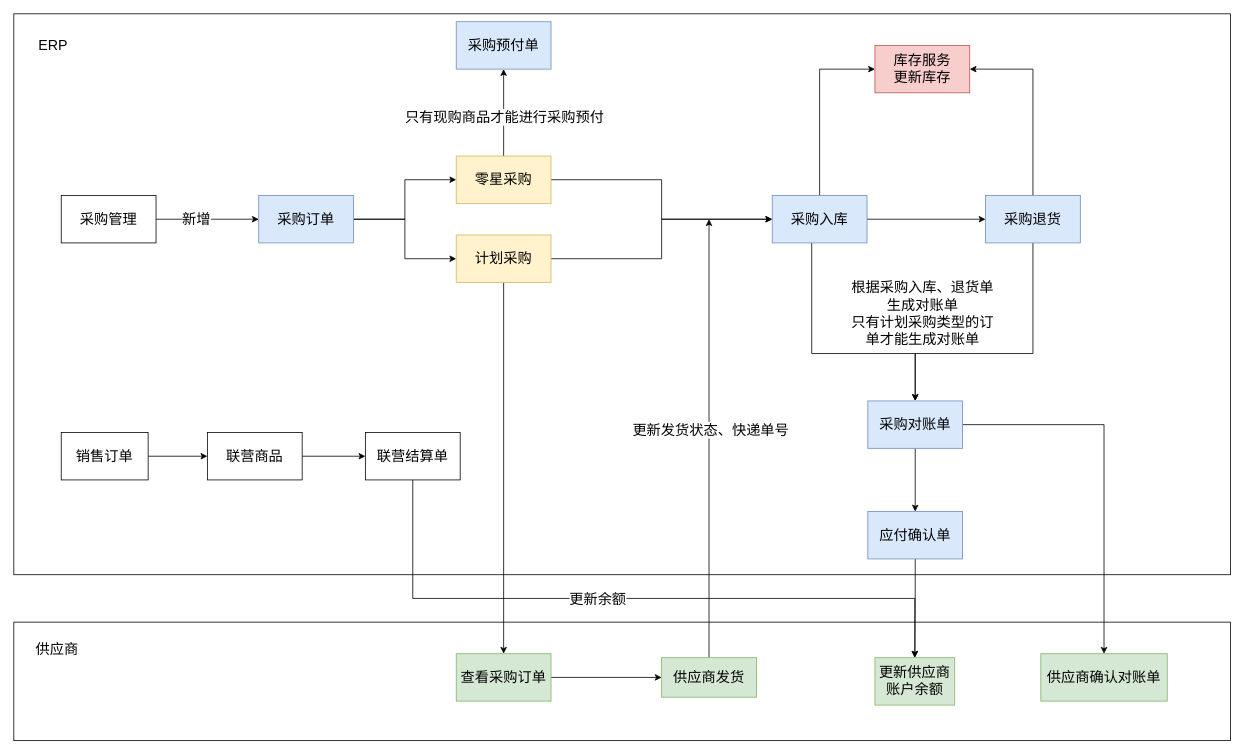
This is page "采购订单流程变化" (2 of 6) of 醉品系统业务流程.drawio from linbingxing/mind, a draw.io file, before an edit. Source tidied: cells renumbered, new cells numbered last; positions are measured from the earlier drawing's top-left corner, leaving out a move shared by most shapes. Both pictures are drawn from the tidied source at 79%, with x=0, y=0 at pixel (13, 13).
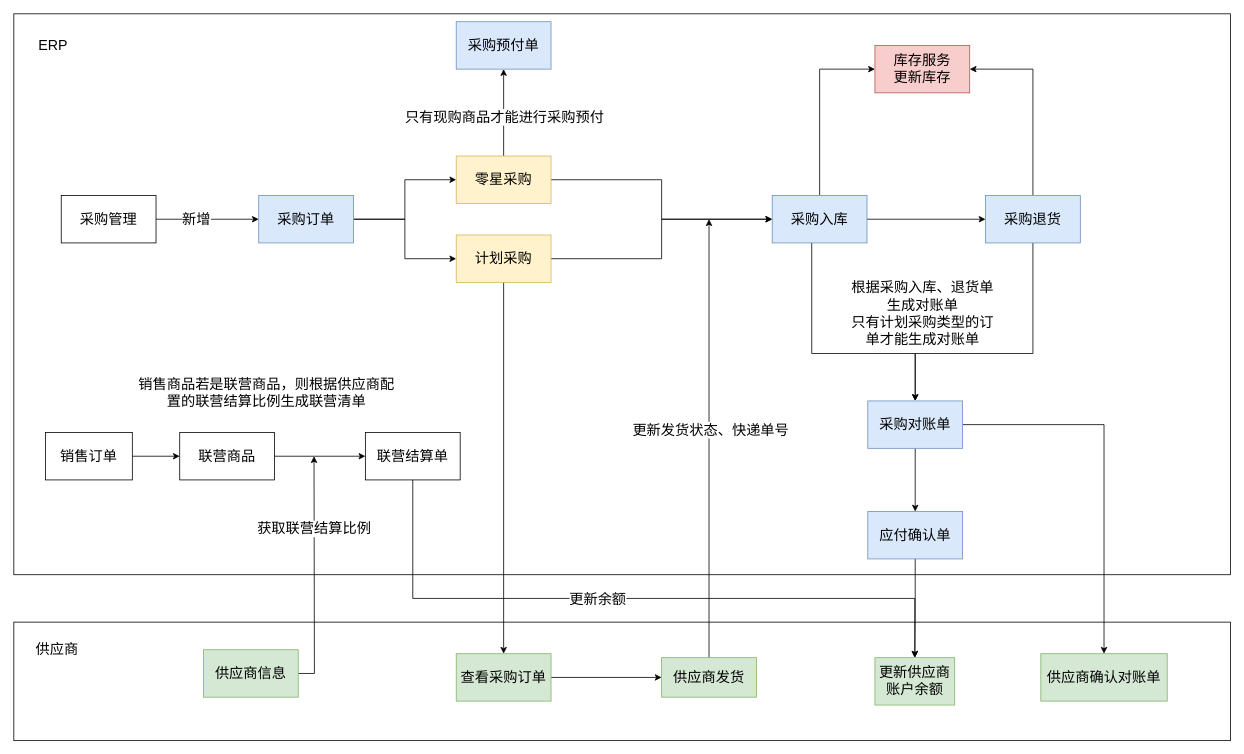
After the change.

Commit message:
更新醉品系统业务流程.drawio

Diff of the diagram source:
```diff
@@
     <mxCell id="42" value="销售订单" style="rounded=0;whiteSpace=wrap;html=1;fontSize=18;" parent="1" vertex="1">
-      <mxGeometry x="60" y="530" width="110" height="60" as="geometry" />
+      <mxGeometry x="40" y="530" width="110" height="60" as="geometry" />
     </mxCell>
@@
     <mxCell id="44" value="联营商品" style="whiteSpace=wrap;html=1;fontSize=18;rounded=0;" parent="1" vertex="1">
-      <mxGeometry x="245" y="530" width="120" height="60" as="geometry" />
+      <mxGeometry x="210" y="530" width="120" height="60" as="geometry" />
     </mxCell>
@@
+    <mxCell id="48" value="销售商品若是联营商品，则根据供应商配置的联营结算比例生成联营清单" style="text;html=1;strokeColor=none;fillColor=none;align=center;verticalAlign=middle;whiteSpace=wrap;rounded=0;fontSize=18;" parent="1" vertex="1">
+      <mxGeometry x="150" y="460" width="340" height="40" as="geometry" />
+    </mxCell>
+    <mxCell id="49" style="edgeStyle=orthogonalEdgeStyle;rounded=0;jettySize=auto;html=1;fontSize=18;" parent="1" edge="1" source="51">
+      <mxGeometry relative="1" as="geometry">
+        <mxPoint x="380" y="560" as="targetPoint" />
+      </mxGeometry>
+    </mxCell>
+    <mxCell id="50" value="获取联营结算比例" style="edgeLabel;html=1;align=center;verticalAlign=middle;fontSize=18;" parent="49" vertex="1">
+      <mxGeometry x="0.38" y="1" relative="1" as="geometry" />
+    </mxCell>
+    <mxCell id="51" value="供应商信息" style="rounded=0;whiteSpace=wrap;html=1;fontSize=18;fillColor=#d5e8d4;strokeColor=#82b366;" parent="1" vertex="1">
+      <mxGeometry x="240" y="805" width="120" height="60" as="geometry" />
+    </mxCell>
```
